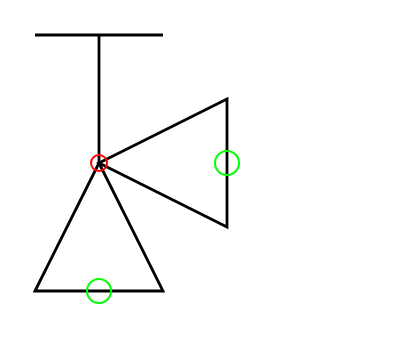
Before: DrawIO/ND0284A.drawio in ToniaPedersen/DISCDEXPI, a draw.io diagram. Source tidied: cells renumbered, new cells numbered last; positions are measured from the earlier drawing's top-left corner, leaving out a move shared by most shapes. Both pictures are drawn from the tidied source at 200%, with x=0, y=0 at pixel (34, 34).
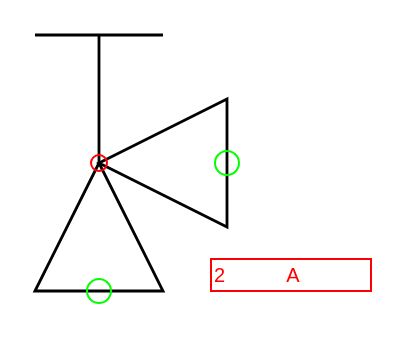
The same diagram, later.

Change to the diagram source:
```diff
@@
 <mxGraphModel>
   <root>
     <mxCell id="0" />
     <mxCell id="1" parent="0" />
     <mxCell id="2" style="triangle;whiteSpace=wrap;html=1;direction=north;fillColor=none;strokeColor=#000000;strokeWidth=1.4;" parent="1" vertex="1">
       <mxGeometry y="64" width="64" height="64" as="geometry" />
     </mxCell>
     <mxCell id="3" style="triangle;whiteSpace=wrap;html=1;direction=west;fillColor=none;strokeColor=#000000;strokeWidth=1.4;" parent="1" vertex="1">
       <mxGeometry x="32" y="32" width="64" height="64" as="geometry" />
     </mxCell>
     <mxCell id="4" style="endArrow=none;startArrow=none;html=1;rounded=0;fillColor=none;strokeColor=#000000;strokeWidth=1.4;" parent="1" edge="1">
       <mxGeometry relative="1" as="geometry">
         <mxPoint x="32" y="64" as="sourcePoint" />
         <mxPoint x="32" as="targetPoint" />
       </mxGeometry>
     </mxCell>
     <mxCell id="5" style="endArrow=none;startArrow=none;html=1;rounded=0;fillColor=none;strokeColor=#000000;strokeWidth=1.4;" parent="1" edge="1">
       <mxGeometry relative="1" as="geometry">
         <mxPoint as="sourcePoint" />
         <mxPoint x="64" as="targetPoint" />
       </mxGeometry>
     </mxCell>
     <mxCell id="6" parent="0" />
+    <object id="12" label="%LabelLines%&amp;nbsp; &amp;nbsp; &amp;nbsp; &amp;nbsp; &amp;nbsp; &amp;nbsp;%LabelIndex%" LabelIndex="A" LabelLines="2" placeholders="1">
+      <mxCell style="rounded=0;whiteSpace=wrap;html=1;fillColor=none;strokeColor=#FF0000;fontColor=#FF0000;fontSize=10;align=left;" parent="6" vertex="1">
+        <mxGeometry x="88" y="112" width="80" height="16" as="geometry" />
+      </mxCell>
+    </object>
     <mxCell id="7" parent="0" />
     <mxCell id="8" value="Connection" style="ellipse;html=1;fillColor=none;strokeColor=#00FF00;strokeWidth=1;noLabel=1;" parent="7" vertex="1">
       <mxGeometry x="26" y="122" width="12" height="12" as="geometry" />
     </mxCell>
     <mxCell id="9" value="Connection" style="ellipse;html=1;fillColor=none;strokeColor=#00FF00;strokeWidth=1;noLabel=1;" parent="7" vertex="1">
       <mxGeometry x="90" y="58" width="12" height="12" as="geometry" />
     </mxCell>
     <mxCell id="10" parent="0" />
     <mxCell id="11" value="origo" style="ellipse;html=1;fillColor=none;strokeColor=#FF0000;strokeWidth=1;noLabel=1;" parent="10" vertex="1">
       <mxGeometry x="28" y="60" width="8" height="8" as="geometry" />
     </mxCell>
   </root>
 </mxGraphModel>
```
